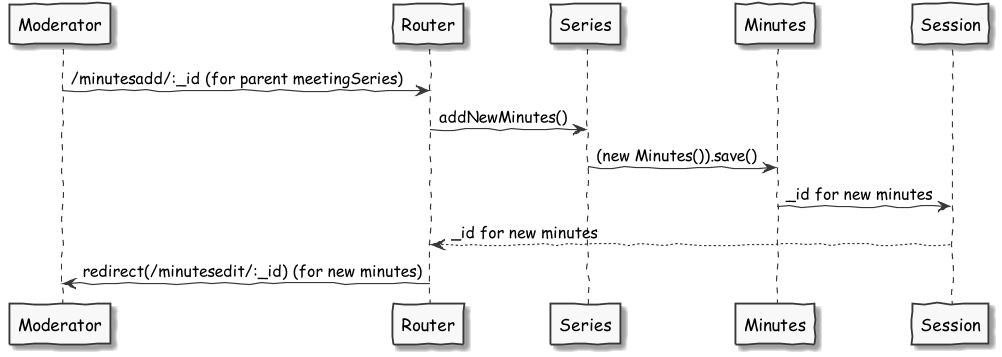
This is doc/developer/figures/seqMinutesAdd.png from 4minitz/4minitz, a PlantUML export, as it was before one commit.
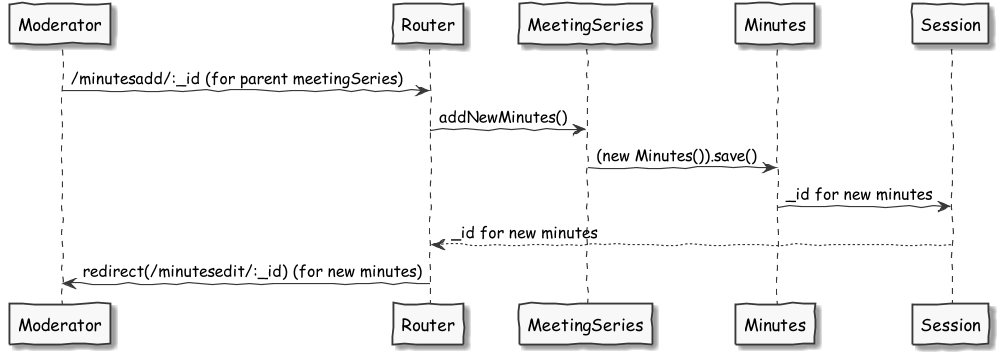
The same diagram one commit later.

The edit, as a diff of the source:
```diff
@@ -6,8 +6,8 @@
 hide circle
 
 Moderator -> Router: /minutesadd/:_id (for parent meetingSeries)
-    Router -> Series: addNewMinutes()
-        Series -> Minutes: (new Minutes()).save()
+    Router -> MeetingSeries: addNewMinutes()
+        MeetingSeries -> Minutes: (new Minutes()).save()
             Minutes -> Session: _id for new minutes
     Router <-- Session: _id for new minutes
 Moderator <- Router: redirect(/minutesedit/:_id) (for new minutes)
```
